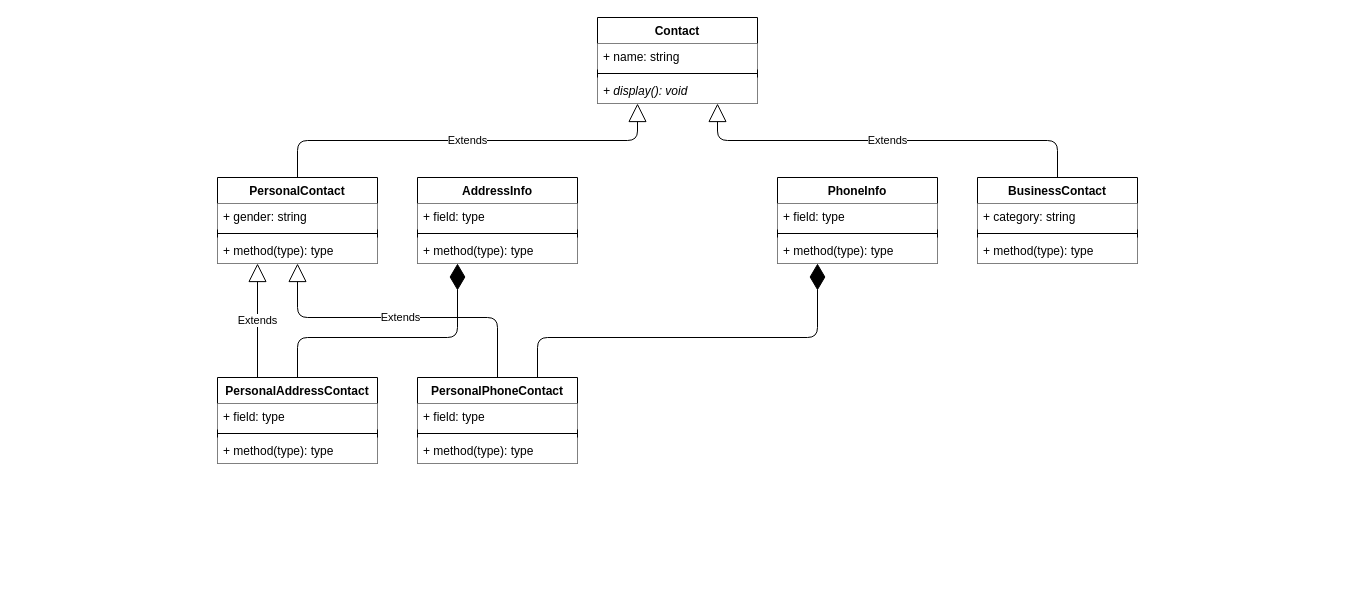
Earlier version of the draw.io diagram page "Contact Hierarchy" (1 of 2) of DMS_ClassDiagram.drawio (PKmnman/DMS_Project). Source tidied: cells renumbered, new cells numbered last; positions are measured from the earlier drawing's top-left corner, leaving out a move shared by most shapes. Both pictures are drawn from the tidied source at 100%, with x=0, y=0 at pixel (217, 17).
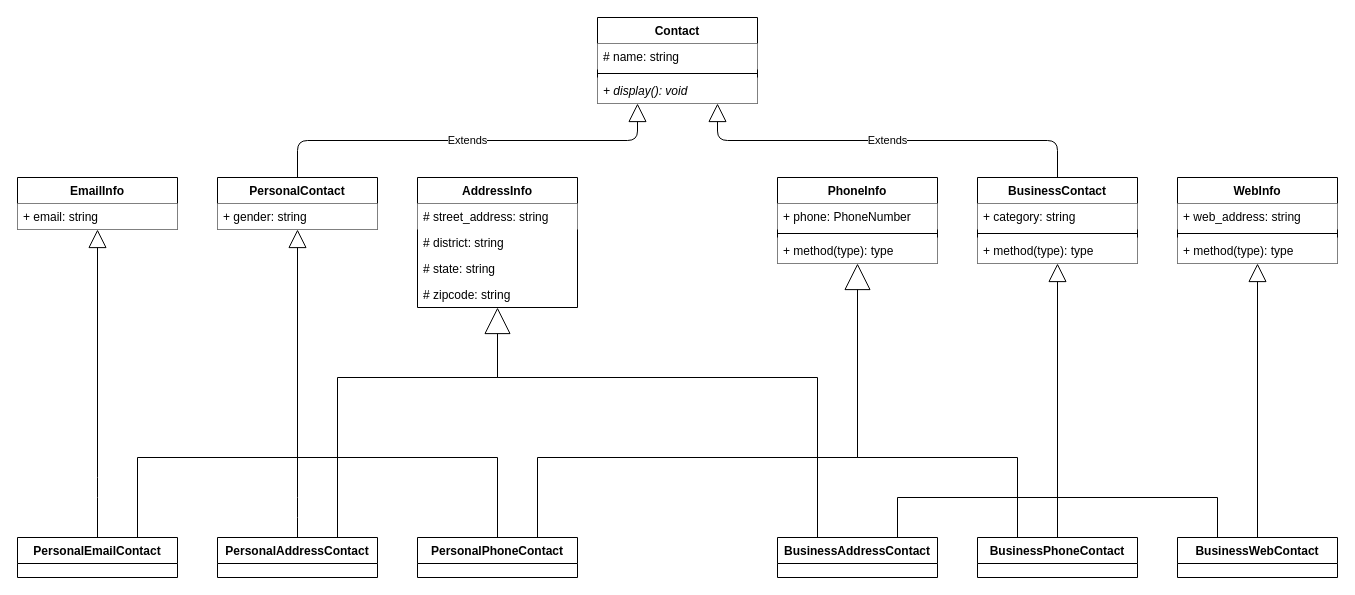
Above is the later version.

The change refers to these unchanged cells:
```xml
<mxCell id="2" value="Contact" style="swimlane;fontStyle=1;align=center;verticalAlign=top;horizontal=1;startSize=26;" parent="1" vertex="1">
  <mxGeometry x="380" width="160" height="86" as="geometry" />
</mxCell>
<mxCell id="10" value="BusinessContact" style="swimlane;fontStyle=1;align=center;verticalAlign=top;horizontal=1;startSize=26;" parent="1" vertex="1">
  <mxGeometry x="760" y="160" width="160" height="86" as="geometry" />
</mxCell>
<mxCell id="20" value="PhoneInfo" style="swimlane;fontStyle=1;align=center;verticalAlign=top;horizontal=1;startSize=26;" parent="1" vertex="1">
  <mxGeometry x="560" y="160" width="160" height="86" as="geometry" />
</mxCell>
```

What changed in the source:
```diff
@@
-    <mxCell id="3" value="+ name: string" style="text;strokeColor=none;align=left;verticalAlign=top;spacingLeft=4;spacingRight=4;overflow=hidden;fillColor=#ffffff;" parent="2" vertex="1">
+    <mxCell id="3" value="# name: string" style="text;strokeColor=none;align=left;verticalAlign=top;spacingLeft=4;spacingRight=4;overflow=hidden;fillColor=#ffffff;" parent="2" vertex="1">
       <mxGeometry y="26" width="160" height="26" as="geometry" />
     </mxCell>
@@
     <mxCell id="6" value="PersonalContact" style="swimlane;fontStyle=1;align=center;verticalAlign=top;horizontal=1;startSize=26;" parent="1" vertex="1">
-      <mxGeometry y="160" width="160" height="86" as="geometry" />
+      <mxGeometry y="160" width="160" height="52" as="geometry" />
     </mxCell>
@@
-    <mxCell id="8" style="line;strokeWidth=1;align=left;verticalAlign=middle;spacingTop=-1;spacingLeft=3;spacingRight=3;labelPosition=right;fillColor=none;" parent="6" vertex="1">
-      <mxGeometry y="52" width="160" height="8" as="geometry" />
-    </mxCell>
-    <mxCell id="9" value="+ method(type): type" style="text;strokeColor=none;align=left;verticalAlign=top;spacingLeft=4;spacingRight=4;overflow=hidden;fillColor=#ffffff;" parent="6" vertex="1">
-      <mxGeometry y="60" width="160" height="26" as="geometry" />
-    </mxCell>
@@
     <mxCell id="16" value="AddressInfo" style="swimlane;fontStyle=1;align=center;verticalAlign=top;horizontal=1;startSize=26;" parent="1" vertex="1">
-      <mxGeometry x="200" y="160" width="160" height="86" as="geometry" />
+      <mxGeometry x="200" y="160" width="160" height="130" as="geometry" />
     </mxCell>
-    <mxCell id="17" value="+ field: type" style="text;strokeColor=none;align=left;verticalAlign=top;spacingLeft=4;spacingRight=4;overflow=hidden;fillColor=#ffffff;" parent="16" vertex="1">
+    <mxCell id="17" value="# street_address: string" style="text;strokeColor=none;align=left;verticalAlign=top;spacingLeft=4;spacingRight=4;overflow=hidden;fillColor=#ffffff;" parent="16" vertex="1">
       <mxGeometry y="26" width="160" height="26" as="geometry" />
     </mxCell>
-    <mxCell id="18" style="line;strokeWidth=1;fillColor=none;align=left;verticalAlign=middle;spacingTop=-1;spacingLeft=3;spacingRight=3;labelPosition=right;" parent="16" vertex="1">
-      <mxGeometry y="52" width="160" height="8" as="geometry" />
-    </mxCell>
-    <mxCell id="19" value="+ method(type): type" style="text;align=left;verticalAlign=top;spacingLeft=4;spacingRight=4;overflow=hidden;fillColor=#ffffff;" parent="16" vertex="1">
-      <mxGeometry y="60" width="160" height="26" as="geometry" />
-    </mxCell>
+    <mxCell id="36" value="# district: string" style="text;strokeColor=none;fillColor=none;align=left;verticalAlign=top;spacingLeft=4;spacingRight=4;overflow=hidden;" parent="16" vertex="1">
+      <mxGeometry y="52" width="160" height="26" as="geometry" />
+    </mxCell>
+    <mxCell id="37" value="# state: string" style="text;strokeColor=none;fillColor=none;align=left;verticalAlign=top;spacingLeft=4;spacingRight=4;overflow=hidden;" parent="16" vertex="1">
+      <mxGeometry y="78" width="160" height="26" as="geometry" />
+    </mxCell>
+    <mxCell id="38" value="# zipcode: string" style="text;strokeColor=none;fillColor=none;align=left;verticalAlign=top;spacingLeft=4;spacingRight=4;overflow=hidden;" parent="16" vertex="1">
+      <mxGeometry y="104" width="160" height="26" as="geometry" />
+    </mxCell>
@@
-    <mxCell id="21" value="+ field: type" style="text;strokeColor=none;align=left;verticalAlign=top;spacingLeft=4;spacingRight=4;overflow=hidden;fillColor=#ffffff;" parent="20" vertex="1">
+    <mxCell id="21" value="+ phone: PhoneNumber" style="text;strokeColor=none;align=left;verticalAlign=top;spacingLeft=4;spacingRight=4;overflow=hidden;fillColor=#ffffff;" parent="20" vertex="1">
       <mxGeometry y="26" width="160" height="26" as="geometry" />
     </mxCell>
@@
     <mxCell id="24" value="PersonalAddressContact" style="swimlane;fontStyle=1;align=center;verticalAlign=top;horizontal=1;startSize=26;" parent="1" vertex="1">
-      <mxGeometry y="360" width="160" height="86" as="geometry" />
+      <mxGeometry y="520" width="160" height="40" as="geometry" />
     </mxCell>
-    <mxCell id="25" value="+ field: type" style="text;strokeColor=none;align=left;verticalAlign=top;spacingLeft=4;spacingRight=4;overflow=hidden;fillColor=#ffffff;" parent="24" vertex="1">
-      <mxGeometry y="26" width="160" height="26" as="geometry" />
-    </mxCell>
-    <mxCell id="26" style="line;strokeWidth=1;fillColor=none;align=left;verticalAlign=middle;spacingTop=-1;spacingLeft=3;spacingRight=3;labelPosition=right;" parent="24" vertex="1">
-      <mxGeometry y="52" width="160" height="8" as="geometry" />
-    </mxCell>
-    <mxCell id="27" value="+ method(type): type" style="text;strokeColor=none;align=left;verticalAlign=top;spacingLeft=4;spacingRight=4;overflow=hidden;fillColor=#ffffff;" parent="24" vertex="1">
-      <mxGeometry y="60" width="160" height="26" as="geometry" />
-    </mxCell>
-    <mxCell id="28" style="endArrow=diamondThin;endFill=1;endSize=24;html=1;exitX=0.5;exitY=0;exitDx=0;exitDy=0;entryX=0.25;entryY=1;entryDx=0;entryDy=0;edgeStyle=orthogonalEdgeStyle;" parent="1" edge="1" source="24" target="16">
+    <mxCell id="28" style="endArrow=block;endFill=0;endSize=24;html=1;exitX=0.75;exitY=0;exitDx=0;exitDy=0;edgeStyle=orthogonalEdgeStyle;rounded=0;entryX=0.5;entryY=1;entryDx=0;entryDy=0;" parent="1" edge="1" source="24" target="16">
       <mxGeometry relative="1" as="geometry">
         <Array as="points">
-          <mxPoint x="80" y="320" />
-          <mxPoint x="240" y="320" />
+          <mxPoint x="120" y="360" />
+          <mxPoint x="280" y="360" />
         </Array>
       </mxGeometry>
     </mxCell>
-    <mxCell id="29" value="Extends" style="endArrow=block;endSize=16;endFill=0;html=1;exitX=0.25;exitY=0;exitDx=0;exitDy=0;entryX=0.25;entryY=1;entryDx=0;entryDy=0;" parent="1" edge="1" source="24" target="6">
-      <mxGeometry relative="1" as="geometry" />
+    <mxCell id="29" style="endArrow=block;endSize=16;endFill=0;html=1;exitX=0.5;exitY=0;exitDx=0;exitDy=0;edgeStyle=orthogonalEdgeStyle;entryX=0.5;entryY=1;entryDx=0;entryDy=0;" parent="1" edge="1" source="24" target="6">
+      <mxGeometry relative="1" as="geometry">
+        <Array as="points">
+          <mxPoint x="80" y="490" />
+          <mxPoint x="80" y="490" />
+        </Array>
+      </mxGeometry>
     </mxCell>
     <mxCell id="30" value="PersonalPhoneContact" style="swimlane;fontStyle=1;align=center;verticalAlign=top;horizontal=1;startSize=26;" parent="1" vertex="1">
-      <mxGeometry x="200" y="360" width="160" height="86" as="geometry" />
+      <mxGeometry x="200" y="520" width="160" height="40" as="geometry" />
     </mxCell>
-    <mxCell id="31" value="+ field: type" style="text;align=left;verticalAlign=top;spacingLeft=4;spacingRight=4;overflow=hidden;fillColor=#ffffff;" parent="30" vertex="1">
-      <mxGeometry y="26" width="160" height="26" as="geometry" />
-    </mxCell>
-    <mxCell id="32" style="line;strokeWidth=1;fillColor=none;align=left;verticalAlign=middle;spacingTop=-1;spacingLeft=3;spacingRight=3;labelPosition=right;" parent="30" vertex="1">
-      <mxGeometry y="52" width="160" height="8" as="geometry" />
-    </mxCell>
-    <mxCell id="33" value="+ method(type): type" style="text;strokeColor=none;align=left;verticalAlign=top;spacingLeft=4;spacingRight=4;overflow=hidden;fillColor=#ffffff;" parent="30" vertex="1">
-      <mxGeometry y="60" width="160" height="26" as="geometry" />
-    </mxCell>
-    <mxCell id="34" style="endArrow=diamondThin;endFill=1;endSize=24;html=1;exitX=0.75;exitY=0;exitDx=0;exitDy=0;entryX=0.25;entryY=1;entryDx=0;entryDy=0;edgeStyle=orthogonalEdgeStyle;" parent="1" edge="1" source="30" target="20">
+    <mxCell id="34" style="endArrow=block;endFill=0;endSize=24;html=1;exitX=0.75;exitY=0;exitDx=0;exitDy=0;entryX=0.5;entryY=1;entryDx=0;entryDy=0;edgeStyle=orthogonalEdgeStyle;rounded=0;" parent="1" edge="1" source="30" target="20">
       <mxGeometry relative="1" as="geometry">
         <Array as="points">
-          <mxPoint x="320" y="320" />
-          <mxPoint x="600" y="320" />
+          <mxPoint x="320" y="440" />
+          <mxPoint x="640" y="440" />
         </Array>
       </mxGeometry>
     </mxCell>
-    <mxCell id="35" value="Extends" style="endArrow=block;endSize=16;endFill=0;html=1;exitX=0.5;exitY=0;exitDx=0;exitDy=0;entryX=0.5;entryY=1;entryDx=0;entryDy=0;edgeStyle=orthogonalEdgeStyle;" parent="1" edge="1" source="30" target="6">
+    <mxCell id="35" style="endArrow=none;endSize=16;endFill=0;html=1;exitX=0.5;exitY=0;exitDx=0;exitDy=0;edgeStyle=orthogonalEdgeStyle;verticalAlign=bottom;labelPosition=center;verticalLabelPosition=middle;align=center;rounded=0;" parent="1" edge="1" source="30">
       <mxGeometry relative="1" as="geometry">
+        <mxPoint x="80" y="250" as="targetPoint" />
         <Array as="points">
-          <mxPoint x="280" y="300" />
-          <mxPoint x="80" y="300" />
+          <mxPoint x="280" y="440" />
+          <mxPoint x="80" y="440" />
         </Array>
       </mxGeometry>
     </mxCell>
+    <mxCell id="39" style="edgeStyle=orthogonalEdgeStyle;rounded=0;jettySize=auto;html=1;exitX=0.75;exitY=0;exitDx=0;exitDy=0;endArrow=none;endFill=0;endSize=16;elbow=vertical;" parent="1" edge="1" source="41">
+      <mxGeometry relative="1" as="geometry">
+        <mxPoint x="80" y="250" as="targetPoint" />
+        <Array as="points">
+          <mxPoint x="-80" y="440" />
+          <mxPoint x="80" y="440" />
+        </Array>
+      </mxGeometry>
+    </mxCell>
+    <mxCell id="40" style="edgeStyle=orthogonalEdgeStyle;rounded=1;jettySize=auto;html=1;exitX=0.5;exitY=0;exitDx=0;exitDy=0;endArrow=block;endFill=0;endSize=16;entryX=0.5;entryY=1;entryDx=0;entryDy=0;" parent="1" edge="1" source="41" target="42">
+      <mxGeometry relative="1" as="geometry">
+        <Array as="points">
+          <mxPoint x="-120" y="470" />
+          <mxPoint x="-120" y="470" />
+        </Array>
+      </mxGeometry>
+    </mxCell>
+    <mxCell id="41" value="PersonalEmailContact" style="swimlane;fontStyle=1;align=center;verticalAlign=top;horizontal=1;startSize=26;" parent="1" vertex="1">
+      <mxGeometry x="-200" y="520" width="160" height="40" as="geometry" />
+    </mxCell>
+    <mxCell id="42" value="EmailInfo" style="swimlane;fontStyle=1;align=center;verticalAlign=top;horizontal=1;startSize=26;" parent="1" vertex="1">
+      <mxGeometry x="-200" y="160" width="160" height="52" as="geometry" />
+    </mxCell>
+    <mxCell id="43" value="+ email: string" style="text;strokeColor=none;align=left;verticalAlign=top;spacingLeft=4;spacingRight=4;overflow=hidden;fillColor=#ffffff;" parent="42" vertex="1">
+      <mxGeometry y="26" width="160" height="26" as="geometry" />
+    </mxCell>
+    <mxCell id="44" value="WebInfo" style="swimlane;fontStyle=1;align=center;verticalAlign=top;horizontal=1;startSize=26;" parent="1" vertex="1">
+      <mxGeometry x="960" y="160" width="160" height="86" as="geometry" />
+    </mxCell>
+    <mxCell id="45" value="+ web_address: string" style="text;strokeColor=none;align=left;verticalAlign=top;spacingLeft=4;spacingRight=4;overflow=hidden;fillColor=#ffffff;" parent="44" vertex="1">
+      <mxGeometry y="26" width="160" height="26" as="geometry" />
+    </mxCell>
+    <mxCell id="8" style="line;strokeWidth=1;align=left;verticalAlign=middle;spacingTop=-1;spacingLeft=3;spacingRight=3;labelPosition=right;fillColor=none;" parent="44" vertex="1">
+      <mxGeometry y="52" width="160" height="8" as="geometry" />
+    </mxCell>
+    <mxCell id="46" value="+ method(type): type" style="text;strokeColor=none;align=left;verticalAlign=top;spacingLeft=4;spacingRight=4;overflow=hidden;fillColor=#ffffff;" parent="44" vertex="1">
+      <mxGeometry y="60" width="160" height="26" as="geometry" />
+    </mxCell>
+    <mxCell id="47" style="edgeStyle=orthogonalEdgeStyle;rounded=1;jettySize=auto;html=1;exitX=0.5;exitY=0;exitDx=0;exitDy=0;entryX=0.5;entryY=1;entryDx=0;entryDy=0;endArrow=block;endFill=0;endSize=16;" parent="1" edge="1" source="49" target="10">
+      <mxGeometry relative="1" as="geometry" />
+    </mxCell>
+    <mxCell id="48" style="edgeStyle=orthogonalEdgeStyle;rounded=0;jettySize=auto;html=1;exitX=0.25;exitY=0;exitDx=0;exitDy=0;endArrow=none;endFill=0;endSize=16;" parent="1" edge="1" source="49">
+      <mxGeometry relative="1" as="geometry">
+        <mxPoint x="640" y="320" as="targetPoint" />
+        <Array as="points">
+          <mxPoint x="800" y="440" />
+          <mxPoint x="640" y="440" />
+          <mxPoint x="640" y="320" />
+        </Array>
+      </mxGeometry>
+    </mxCell>
+    <mxCell id="49" value="BusinessPhoneContact" style="swimlane;fontStyle=1;align=center;verticalAlign=top;horizontal=1;startSize=26;" parent="1" vertex="1">
+      <mxGeometry x="760" y="520" width="160" height="40" as="geometry" />
+    </mxCell>
+    <mxCell id="50" style="edgeStyle=orthogonalEdgeStyle;rounded=0;jettySize=auto;html=1;exitX=0.75;exitY=0;exitDx=0;exitDy=0;endArrow=none;endFill=0;endSize=16;" parent="1" edge="1" source="52">
+      <mxGeometry relative="1" as="geometry">
+        <mxPoint x="840" y="290" as="targetPoint" />
+        <Array as="points">
+          <mxPoint x="680" y="480" />
+          <mxPoint x="840" y="480" />
+        </Array>
+      </mxGeometry>
+    </mxCell>
+    <mxCell id="51" style="edgeStyle=orthogonalEdgeStyle;rounded=0;jettySize=auto;html=1;exitX=0.25;exitY=0;exitDx=0;exitDy=0;endArrow=none;endFill=0;endSize=16;" parent="1" edge="1" source="52">
+      <mxGeometry relative="1" as="geometry">
+        <mxPoint x="280" y="330" as="targetPoint" />
+        <Array as="points">
+          <mxPoint x="600" y="360" />
+          <mxPoint x="280" y="360" />
+        </Array>
+      </mxGeometry>
+    </mxCell>
+    <mxCell id="52" value="BusinessAddressContact" style="swimlane;fontStyle=1;align=center;verticalAlign=top;horizontal=1;startSize=26;" parent="1" vertex="1">
+      <mxGeometry x="560" y="520" width="160" height="40" as="geometry" />
+    </mxCell>
+    <mxCell id="53" style="edgeStyle=orthogonalEdgeStyle;rounded=0;jettySize=auto;html=1;exitX=0.25;exitY=0;exitDx=0;exitDy=0;endArrow=none;endFill=0;endSize=16;" parent="1" edge="1" source="55">
+      <mxGeometry relative="1" as="geometry">
+        <mxPoint x="840" y="280" as="targetPoint" />
+        <Array as="points">
+          <mxPoint x="1000" y="480" />
+          <mxPoint x="840" y="480" />
+        </Array>
+      </mxGeometry>
+    </mxCell>
+    <mxCell id="54" style="edgeStyle=orthogonalEdgeStyle;rounded=0;jettySize=auto;html=1;exitX=0.5;exitY=0;exitDx=0;exitDy=0;entryX=0.5;entryY=1;entryDx=0;entryDy=0;endArrow=block;endFill=0;endSize=16;" parent="1" edge="1" source="55" target="44">
+      <mxGeometry relative="1" as="geometry" />
+    </mxCell>
+    <mxCell id="55" value="BusinessWebContact" style="swimlane;fontStyle=1;align=center;verticalAlign=top;horizontal=1;startSize=26;" parent="1" vertex="1">
+      <mxGeometry x="960" y="520" width="160" height="40" as="geometry" />
+    </mxCell>
```
